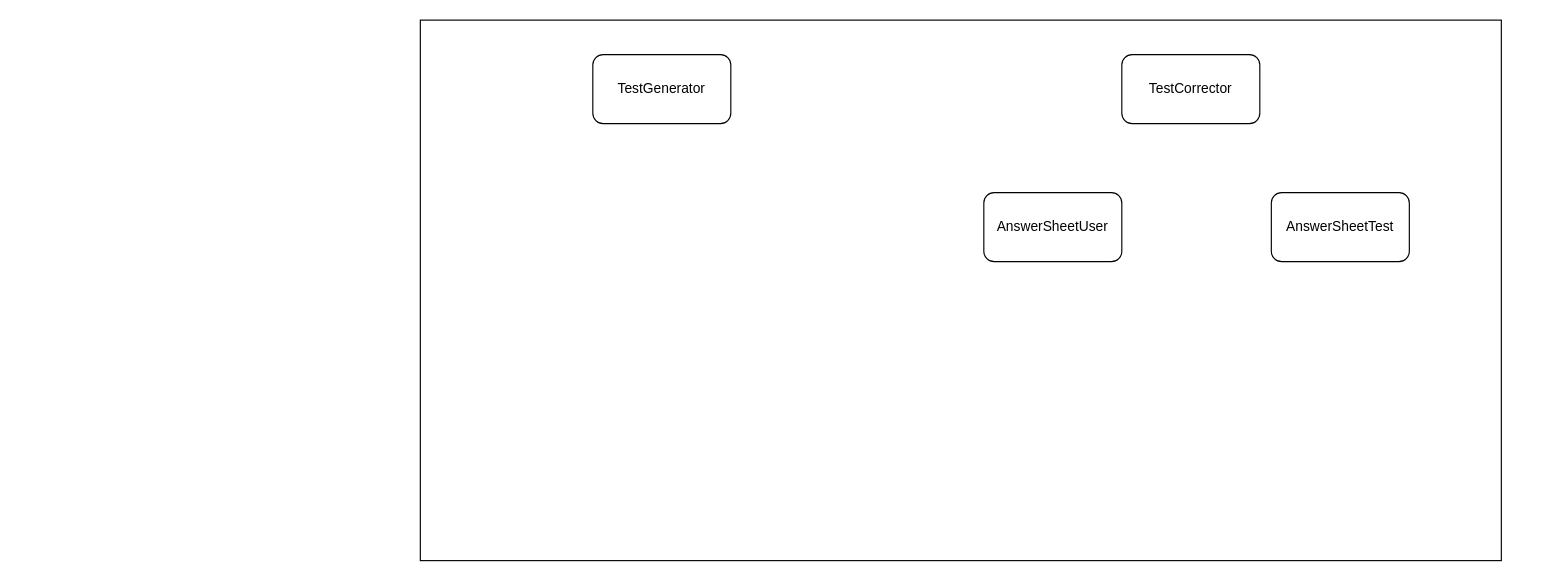
PhyrosAlpha/TestSimulator keeps this draw.io diagram as documentation/diagrama-app.drawio. Above is the earlier version. Source tidied: cells renumbered, new cells numbered last; positions are measured from the earlier drawing's top-left corner, leaving out a move shared by most shapes. Both pictures are drawn from the tidied source at 115%, with x=0, y=0 at pixel (420, 20).
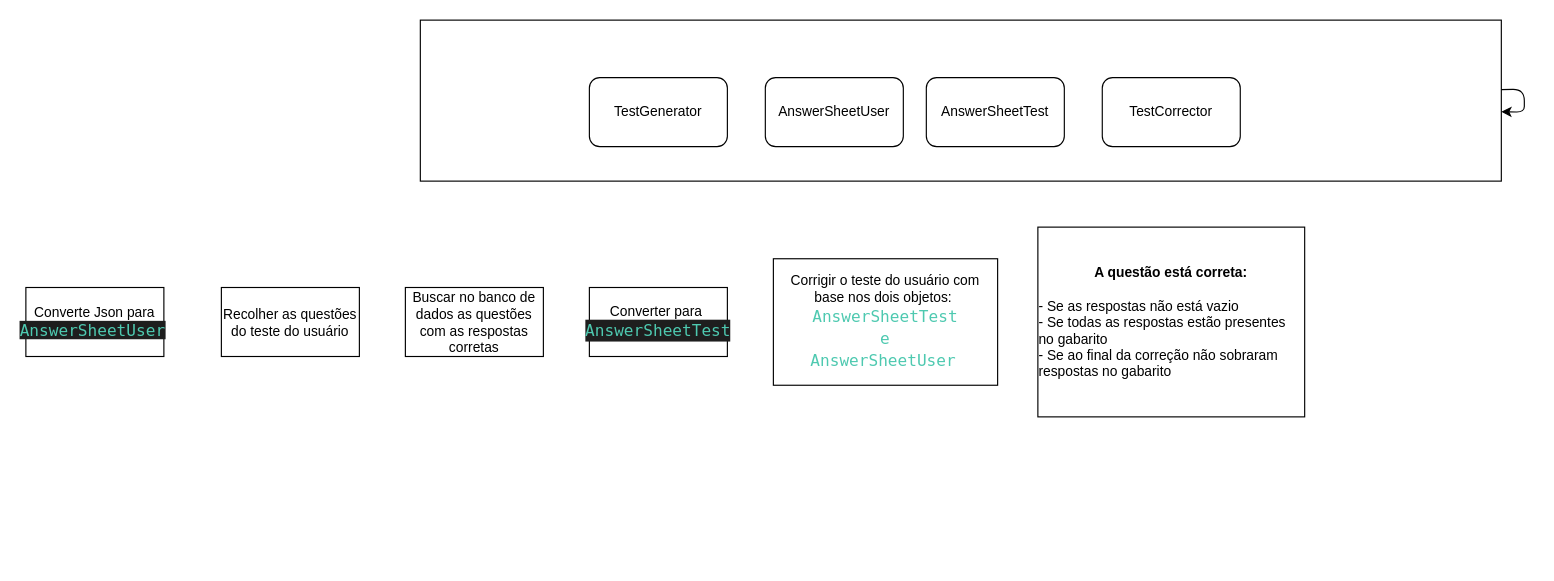
The same page after the edit.

Diff of the diagram source:
```diff
@@
 <mxGraphModel>
   <root>
     <mxCell id="0" />
     <mxCell id="1" parent="0" />
     <mxCell id="2" style="rounded=0;whiteSpace=wrap;html=1;" parent="1" vertex="1">
-      <mxGeometry width="940" height="470" as="geometry" />
+      <mxGeometry width="940" height="140" as="geometry" />
     </mxCell>
     <mxCell id="3" value="TestGenerator" style="rounded=1;whiteSpace=wrap;html=1;" parent="1" vertex="1">
-      <mxGeometry x="150" y="30" width="120" height="60" as="geometry" />
+      <mxGeometry x="147" y="50" width="120" height="60" as="geometry" />
     </mxCell>
     <mxCell id="4" value="TestCorrector" style="rounded=1;whiteSpace=wrap;html=1;" parent="1" vertex="1">
-      <mxGeometry x="610" y="30" width="120" height="60" as="geometry" />
+      <mxGeometry x="593" y="50" width="120" height="60" as="geometry" />
     </mxCell>
     <mxCell id="5" value="AnswerSheetUser" style="rounded=1;whiteSpace=wrap;html=1;" parent="1" vertex="1">
-      <mxGeometry x="490" y="150" width="120" height="60" as="geometry" />
+      <mxGeometry x="300" y="50" width="120" height="60" as="geometry" />
     </mxCell>
     <mxCell id="6" value="AnswerSheetTest" style="rounded=1;whiteSpace=wrap;html=1;" parent="1" vertex="1">
-      <mxGeometry x="740" y="150" width="120" height="60" as="geometry" />
+      <mxGeometry x="440" y="50" width="120" height="60" as="geometry" />
     </mxCell>
+    <mxCell id="7" value="Converte Json para&lt;br&gt;&lt;span style=&quot;color: rgb(78, 201, 176); background-color: rgb(30, 30, 30); font-family: &amp;quot;Droid Sans Mono&amp;quot;, &amp;quot;monospace&amp;quot;, monospace; font-size: 14px;&quot;&gt;AnswerSheetUser&lt;/span&gt;&amp;nbsp;" style="rounded=0;whiteSpace=wrap;html=1;" parent="1" vertex="1">
+      <mxGeometry x="-343" y="232.5" width="120" height="60" as="geometry" />
+    </mxCell>
+    <mxCell id="8" value="Recolher as questões do teste do usuário" style="rounded=0;whiteSpace=wrap;html=1;" parent="1" vertex="1">
+      <mxGeometry x="-173" y="232.5" width="120" height="60" as="geometry" />
+    </mxCell>
+    <mxCell id="9" value="Converter para&amp;nbsp;&lt;br&gt;&lt;div style=&quot;color: rgb(212, 212, 212); background-color: rgb(30, 30, 30); font-family: &amp;quot;Droid Sans Mono&amp;quot;, &amp;quot;monospace&amp;quot;, monospace; font-size: 14px; line-height: 19px;&quot;&gt;&lt;span style=&quot;color: #4ec9b0;&quot;&gt;AnswerSheetTest&lt;/span&gt;&lt;/div&gt;" style="rounded=0;whiteSpace=wrap;html=1;" parent="1" vertex="1">
+      <mxGeometry x="147" y="232.5" width="120" height="60" as="geometry" />
+    </mxCell>
+    <mxCell id="10" value="Buscar no banco de dados as questões com as respostas corretas" style="rounded=0;whiteSpace=wrap;html=1;" parent="1" vertex="1">
+      <mxGeometry x="-13" y="232.5" width="120" height="60" as="geometry" />
+    </mxCell>
+    <mxCell id="11" value="Corrigir o teste do usuário com base nos dois objetos:&amp;nbsp;&lt;br&gt;&lt;div style=&quot;color: rgb(212, 212, 212); font-family: &amp;quot;Droid Sans Mono&amp;quot;, &amp;quot;monospace&amp;quot;, monospace; font-size: 14px; line-height: 19px;&quot;&gt;&lt;span style=&quot;color: rgb(78, 201, 176);&quot;&gt;AnswerSheetTest&lt;/span&gt;&lt;/div&gt;&lt;div style=&quot;color: rgb(212, 212, 212); font-family: &amp;quot;Droid Sans Mono&amp;quot;, &amp;quot;monospace&amp;quot;, monospace; font-size: 14px; line-height: 19px;&quot;&gt;&lt;span style=&quot;color: #4ec9b0;&quot;&gt;e&lt;/span&gt;&lt;/div&gt;&lt;div style=&quot;color: rgb(212, 212, 212); font-family: &amp;quot;Droid Sans Mono&amp;quot;, &amp;quot;monospace&amp;quot;, monospace; font-size: 14px; line-height: 19px;&quot;&gt;&lt;span style=&quot;color: rgb(78, 201, 176);&quot;&gt;AnswerSheetUser&lt;/span&gt;&lt;span style=&quot;color: rgb(240, 240, 240); font-family: Helvetica; font-size: 12px;&quot;&gt;&amp;nbsp;&lt;/span&gt;&lt;span style=&quot;background-color: rgb(30, 30, 30); color: rgb(78, 201, 176);&quot;&gt;&lt;br&gt;&lt;/span&gt;&lt;/div&gt;" style="rounded=0;whiteSpace=wrap;html=1;" parent="1" vertex="1">
+      <mxGeometry x="307" y="207.5" width="195" height="110" as="geometry" />
+    </mxCell>
+    <mxCell id="12" value="&lt;b&gt;A questão está correta:&lt;/b&gt;&lt;br&gt;&lt;br&gt;&lt;div style=&quot;text-align: left;&quot;&gt;&lt;span style=&quot;background-color: initial;&quot;&gt;- Se as respostas não está vazio&lt;/span&gt;&lt;/div&gt;&lt;div style=&quot;text-align: left;&quot;&gt;&lt;span style=&quot;background-color: initial;&quot;&gt;- Se todas as respostas estão presentes no gabarito&lt;/span&gt;&lt;/div&gt;&lt;div style=&quot;text-align: left;&quot;&gt;&lt;span style=&quot;background-color: initial;&quot;&gt;- Se ao final da correção não sobraram respostas no gabarito&lt;/span&gt;&lt;/div&gt;" style="rounded=0;whiteSpace=wrap;html=1;" parent="1" vertex="1">
+      <mxGeometry x="537" y="180" width="232" height="165" as="geometry" />
+    </mxCell>
+    <mxCell id="13" style="edgeStyle=none;html=1;" parent="1" edge="1" source="2" target="2">
+      <mxGeometry relative="1" as="geometry" />
+    </mxCell>
   </root>
 </mxGraphModel>
```
